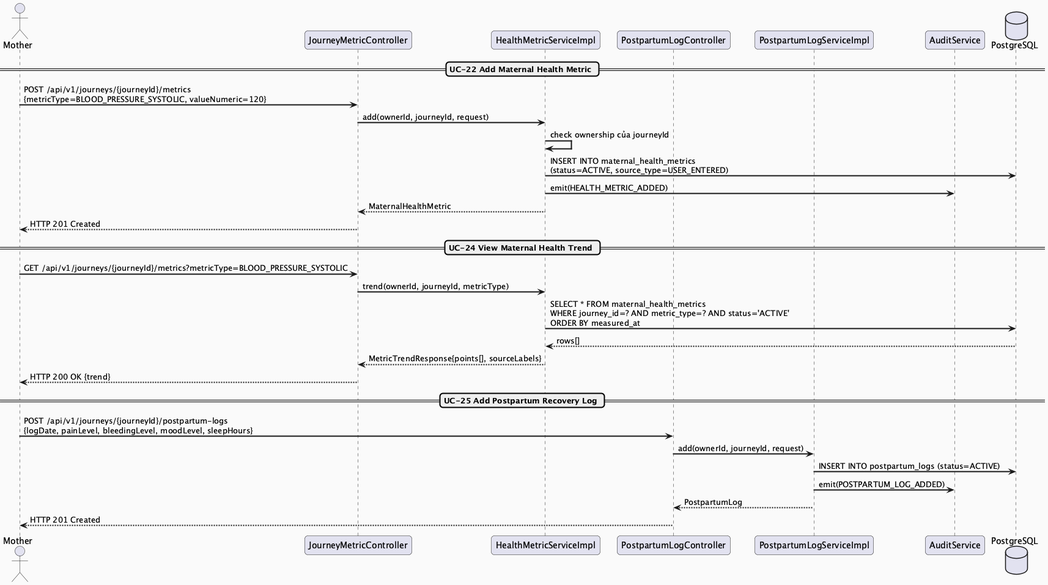
Earlier version of the PlantUML export docs/Detailed_Design/MF02_Mother_Care_Journey/images/MF02_02_MetricPostpartum_SequenceDiagram.png (ChuongBDHE172784/CareBridge_SEP490_G79).
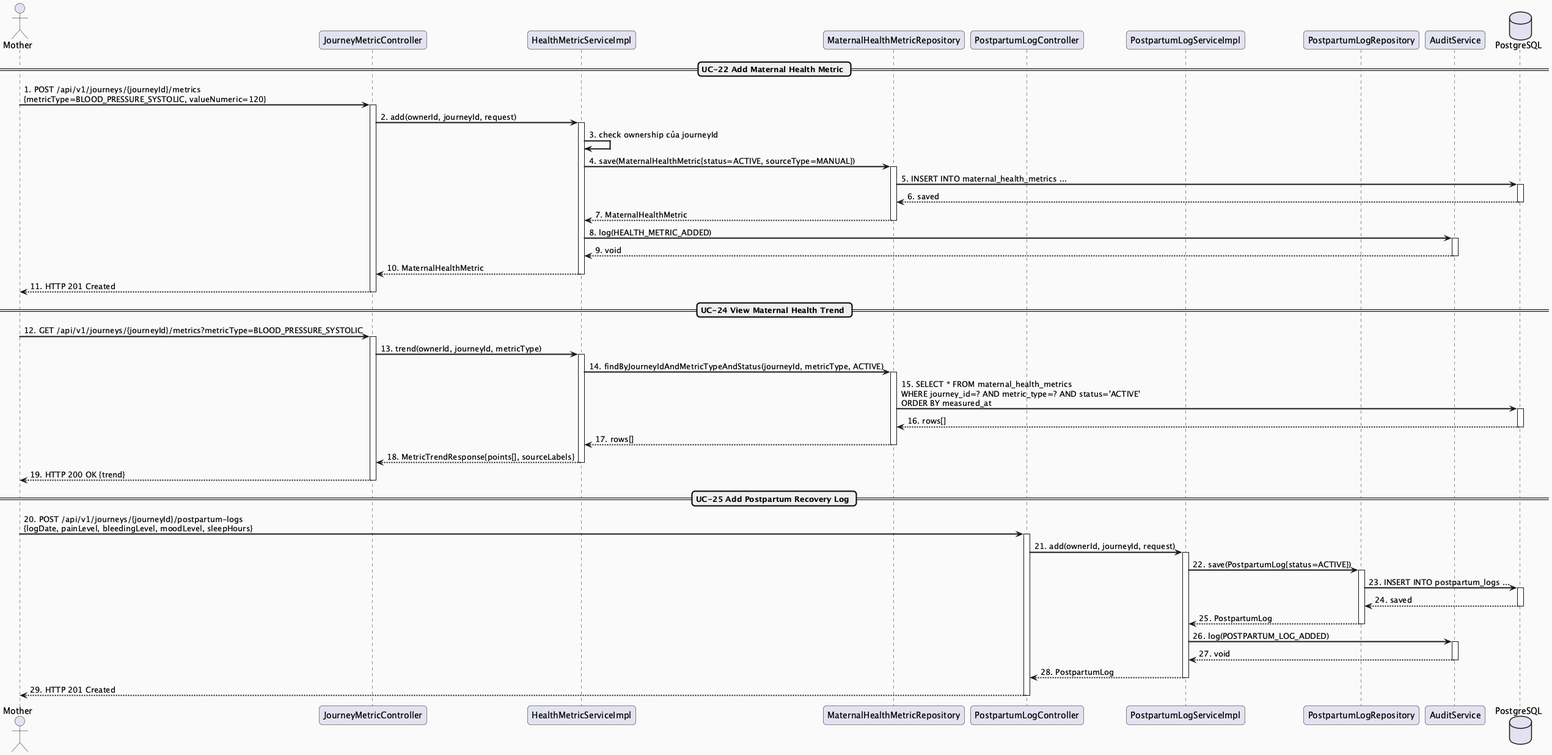
The same diagram one commit later.

Diff of the diagram source:
```diff
@@ -6,34 +6,74 @@
 actor "Mother" as M
 participant "JourneyMetricController" as MetricController
 participant "HealthMetricServiceImpl" as MetricService
+participant "MaternalHealthMetricRepository" as MetricRepo
 participant "PostpartumLogController" as LogController
 participant "PostpartumLogServiceImpl" as LogService
+participant "PostpartumLogRepository" as LogRepo
 participant "AuditService" as Audit
 database "PostgreSQL" as DB
 
 == UC-22 Add Maternal Health Metric ==
-M -> MetricController : POST /api/v1/journeys/{journeyId}/metrics\n{metricType=BLOOD_PRESSURE_SYSTOLIC, valueNumeric=120}
-MetricController -> MetricService : add(ownerId, journeyId, request)
-MetricService -> MetricService : check ownership của journeyId
-MetricService -> DB : INSERT INTO maternal_health_metrics\n(status=ACTIVE, source_type=USER_ENTERED)
-MetricService -> Audit : emit(HEALTH_METRIC_ADDED)
-MetricService --> MetricController : MaternalHealthMetric
-MetricController --> M : HTTP 201 Created
+M -> MetricController : 1. POST /api/v1/journeys/{journeyId}/metrics\n{metricType=BLOOD_PRESSURE_SYSTOLIC, valueNumeric=120}
+activate MetricController
+MetricController -> MetricService : 2. add(ownerId, journeyId, request)
+activate MetricService
+MetricService -> MetricService : 3. check ownership của journeyId
+MetricService -> MetricRepo : 4. save(MaternalHealthMetric{status=ACTIVE, sourceType=MANUAL})
+activate MetricRepo
+MetricRepo -> DB : 5. INSERT INTO maternal_health_metrics ...
+activate DB
+DB --> MetricRepo : 6. saved
+deactivate DB
+MetricRepo --> MetricService : 7. MaternalHealthMetric
+deactivate MetricRepo
+MetricService -> Audit : 8. log(HEALTH_METRIC_ADDED)
+activate Audit
+Audit --> MetricService : 9. void
+deactivate Audit
+MetricService --> MetricController : 10. MaternalHealthMetric
+deactivate MetricService
+MetricController --> M : 11. HTTP 201 Created
+deactivate MetricController
 
 == UC-24 View Maternal Health Trend ==
-M -> MetricController : GET /api/v1/journeys/{journeyId}/metrics?metricType=BLOOD_PRESSURE_SYSTOLIC
-MetricController -> MetricService : trend(ownerId, journeyId, metricType)
-MetricService -> DB : SELECT * FROM maternal_health_metrics\nWHERE journey_id=? AND metric_type=? AND status='ACTIVE'\nORDER BY measured_at
-DB --> MetricService : rows[]
-MetricService --> MetricController : MetricTrendResponse{points[], sourceLabels}
-MetricController --> M : HTTP 200 OK {trend}
+M -> MetricController : 12. GET /api/v1/journeys/{journeyId}/metrics?metricType=BLOOD_PRESSURE_SYSTOLIC
+activate MetricController
+MetricController -> MetricService : 13. trend(ownerId, journeyId, metricType)
+activate MetricService
+MetricService -> MetricRepo : 14. findByJourneyIdAndMetricTypeAndStatus(journeyId, metricType, ACTIVE)
+activate MetricRepo
+MetricRepo -> DB : 15. SELECT * FROM maternal_health_metrics\nWHERE journey_id=? AND metric_type=? AND status='ACTIVE'\nORDER BY measured_at
+activate DB
+DB --> MetricRepo : 16. rows[]
+deactivate DB
+MetricRepo --> MetricService : 17. rows[]
+deactivate MetricRepo
+MetricService --> MetricController : 18. MetricTrendResponse{points[], sourceLabels}
+deactivate MetricService
+MetricController --> M : 19. HTTP 200 OK {trend}
+deactivate MetricController
 
 == UC-25 Add Postpartum Recovery Log ==
-M -> LogController : POST /api/v1/journeys/{journeyId}/postpartum-logs\n{logDate, painLevel, bleedingLevel, moodLevel, sleepHours}
-LogController -> LogService : add(ownerId, journeyId, request)
-LogService -> DB : INSERT INTO postpartum_logs (status=ACTIVE)
-LogService -> Audit : emit(POSTPARTUM_LOG_ADDED)
-LogService --> LogController : PostpartumLog
-LogController --> M : HTTP 201 Created
+M -> LogController : 20. POST /api/v1/journeys/{journeyId}/postpartum-logs\n{logDate, painLevel, bleedingLevel, moodLevel, sleepHours}
+activate LogController
+LogController -> LogService : 21. add(ownerId, journeyId, request)
+activate LogService
+LogService -> LogRepo : 22. save(PostpartumLog{status=ACTIVE})
+activate LogRepo
+LogRepo -> DB : 23. INSERT INTO postpartum_logs ...
+activate DB
+DB --> LogRepo : 24. saved
+deactivate DB
+LogRepo --> LogService : 25. PostpartumLog
+deactivate LogRepo
+LogService -> Audit : 26. log(POSTPARTUM_LOG_ADDED)
+activate Audit
+Audit --> LogService : 27. void
+deactivate Audit
+LogService --> LogController : 28. PostpartumLog
+deactivate LogService
+LogController --> M : 29. HTTP 201 Created
+deactivate LogController
 
 @enduml
```
